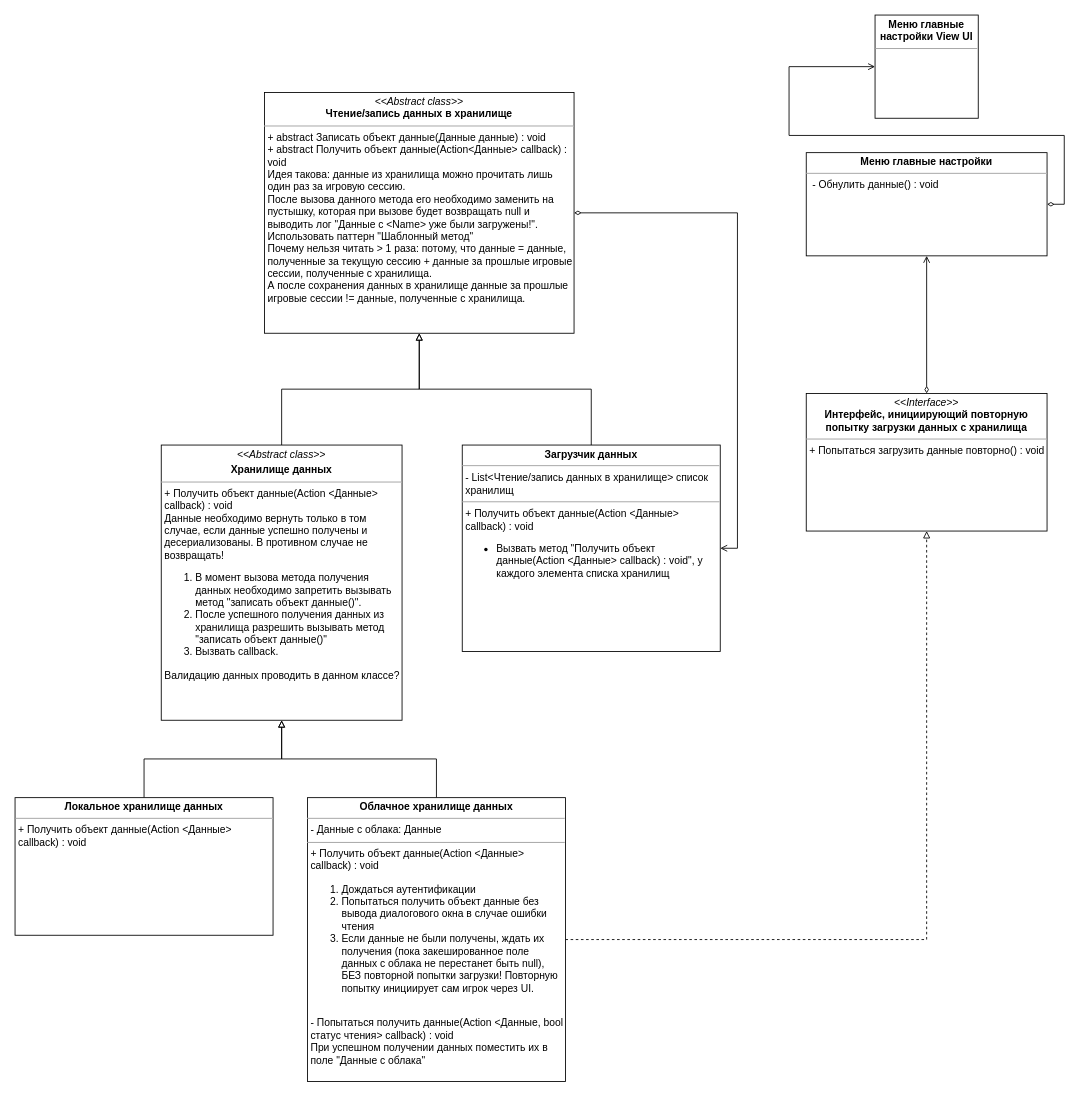
PurposeTo/JumpingDreamer keeps this draw.io diagram as Документация/Проектирование кода/Работа с данными/Загрузчик данных UML.drawio. Above is the earlier version. Source tidied: cells renumbered, new cells numbered last; positions are measured from the earlier drawing's top-left corner, leaving out a move shared by most shapes. Both pictures are drawn from the tidied source at 86%, with x=0, y=0 at pixel (15, 15).
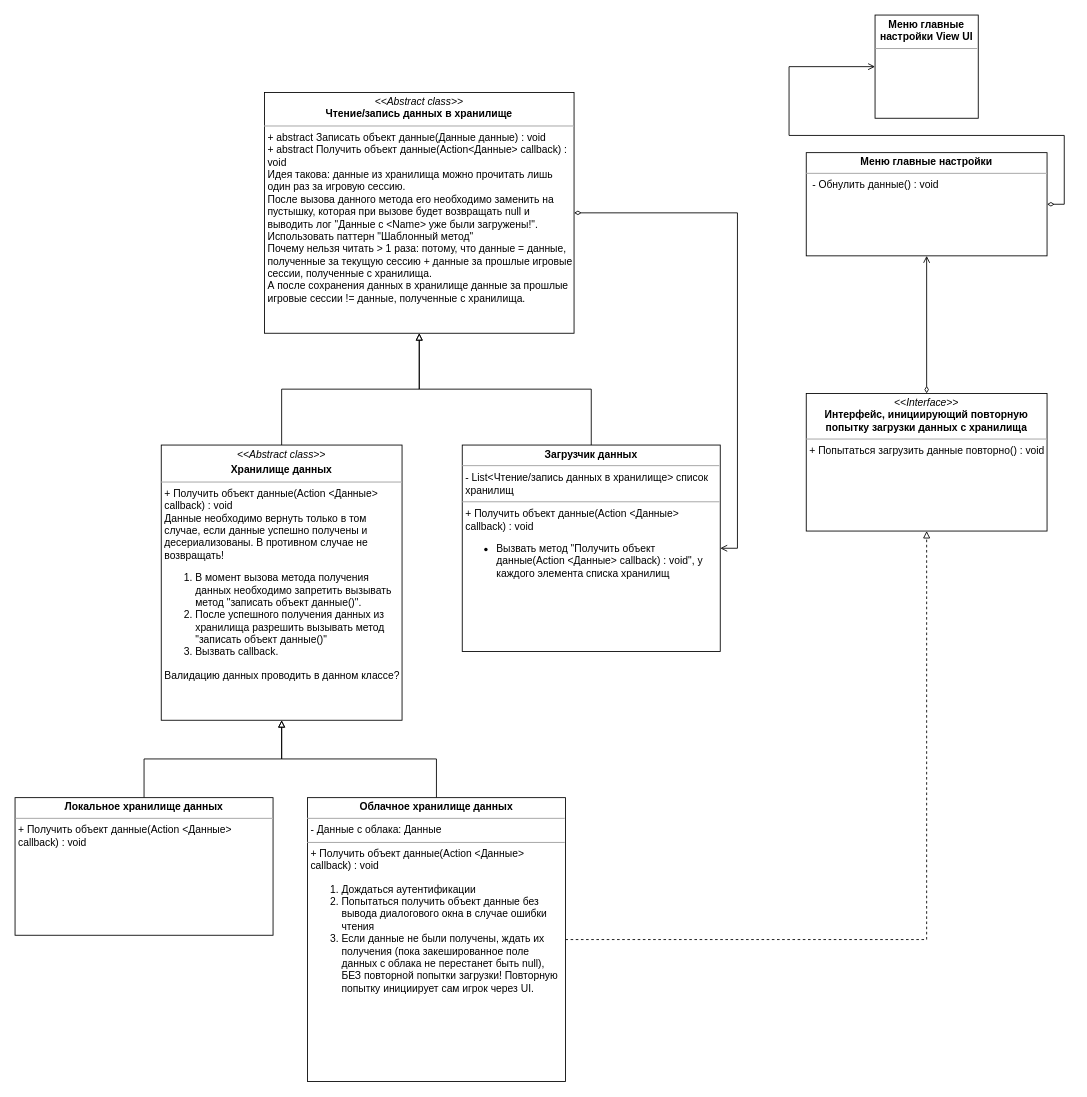
Above is the later version.

What changed in the source:
```diff
@@
 <mxGraphModel>
   <root>
     <mxCell id="0" />
     <mxCell id="1" parent="0" />
     <mxCell id="2" style="edgeStyle=orthogonalEdgeStyle;rounded=0;orthogonalLoop=1;jettySize=auto;html=1;exitX=0.5;exitY=0;exitDx=0;exitDy=0;entryX=0.5;entryY=1;entryDx=0;entryDy=0;startArrow=none;startFill=0;endArrow=block;endFill=0;fontSize=14;dashed=1;" parent="1" edge="1">
       <mxGeometry relative="1" as="geometry">
         <mxPoint x="370" y="1250" as="sourcePoint" />
       </mxGeometry>
     </mxCell>
     <mxCell id="3" style="edgeStyle=orthogonalEdgeStyle;rounded=0;jettySize=auto;html=1;exitX=1;exitY=0.5;exitDx=0;exitDy=0;entryX=1;entryY=0.5;entryDx=0;entryDy=0;endArrow=open;endFill=0;startArrow=diamondThin;startFill=0;" parent="1" edge="1" source="13" target="11">
       <mxGeometry relative="1" as="geometry" />
     </mxCell>
     <mxCell id="4" style="edgeStyle=orthogonalEdgeStyle;rounded=0;jettySize=auto;html=1;exitX=0.5;exitY=0;exitDx=0;exitDy=0;startArrow=none;startFill=0;endArrow=block;endFill=0;fontSize=14;entryX=0.5;entryY=1;entryDx=0;entryDy=0;" parent="1" edge="1" source="5" target="13">
       <mxGeometry relative="1" as="geometry" />
     </mxCell>
     <mxCell id="5" value="&lt;p style=&quot;margin: 0px ; margin-top: 4px ; text-align: center&quot;&gt;&lt;i&gt;&amp;lt;&amp;lt;Abstract class&amp;gt;&amp;gt;&lt;/i&gt;&lt;b&gt;&lt;br&gt;&lt;/b&gt;&lt;/p&gt;&lt;p style=&quot;margin: 0px ; margin-top: 4px ; text-align: center&quot;&gt;&lt;b&gt;Хранилище данных&lt;/b&gt;&lt;/p&gt;&lt;hr size=&quot;1&quot;&gt;&lt;p style=&quot;margin: 0px ; margin-left: 4px&quot;&gt;+ Получить объект данные(Action &amp;lt;Данные&amp;gt; callback) : void&lt;br&gt;&lt;/p&gt;&lt;p style=&quot;margin: 0px ; margin-left: 4px&quot;&gt;Данные необходимо вернуть только в том случае, если данные успешно получены и десериализованы. В противном случае не возвращать!&lt;/p&gt;&lt;ol&gt;&lt;li&gt;В момент вызова метода получения данных необходимо запретить вызывать метод &quot;записать объект данные()&quot;.&lt;/li&gt;&lt;li&gt;После успешного получения данных из хранилища разрешить вызывать метод &quot;записать объект данные()&quot;&lt;/li&gt;&lt;li&gt;Вызвать callback.&lt;/li&gt;&lt;/ol&gt;&lt;div&gt;&lt;p style=&quot;margin: 0px 0px 0px 4px&quot;&gt;Валидацию данных проводить в данном классе?&lt;/p&gt;&lt;/div&gt;&lt;p&gt;&lt;/p&gt;" style="verticalAlign=top;align=left;overflow=fill;fontSize=12;fontFamily=Helvetica;html=1;whiteSpace=wrap;rounded=0;glass=0;shadow=0;sketch=0;spacingLeft=0;spacing=0;" parent="1" vertex="1">
       <mxGeometry x="170" y="500" width="280" height="320" as="geometry" />
     </mxCell>
     <mxCell id="6" style="edgeStyle=orthogonalEdgeStyle;rounded=0;jettySize=auto;html=1;exitX=0.5;exitY=0;exitDx=0;exitDy=0;entryX=0.5;entryY=1;entryDx=0;entryDy=0;endArrow=block;endFill=0;" parent="1" edge="1" source="8" target="5">
       <mxGeometry relative="1" as="geometry" />
     </mxCell>
     <mxCell id="7" style="edgeStyle=orthogonalEdgeStyle;rounded=0;jettySize=auto;html=1;exitX=1;exitY=0.5;exitDx=0;exitDy=0;entryX=0.5;entryY=1;entryDx=0;entryDy=0;dashed=1;endArrow=block;endFill=0;" parent="1" edge="1" source="8" target="14">
       <mxGeometry relative="1" as="geometry" />
     </mxCell>
-    <mxCell id="8" value="&lt;p style=&quot;margin: 4px 0px 0px ; text-align: center&quot;&gt;&lt;b&gt;Облачное хранилище данных&lt;/b&gt;&lt;/p&gt;&lt;hr size=&quot;1&quot;&gt;&lt;p style=&quot;margin: 0px 0px 0px 4px&quot;&gt;- Данные с облака: Данные&lt;/p&gt;&lt;hr size=&quot;1&quot;&gt;&lt;p style=&quot;margin: 0px 0px 0px 4px&quot;&gt;+ Получить объект данные(Action &amp;lt;Данные&amp;gt; callback) : void&lt;/p&gt;&lt;p style=&quot;margin: 0px 0px 0px 4px&quot;&gt;&lt;/p&gt;&lt;ol&gt;&lt;li&gt;Дождаться аутентификации&lt;/li&gt;&lt;li&gt;Попытаться получить объект данные без вывода диалогового окна в случае ошибки чтения&lt;/li&gt;&lt;li&gt;Если данные не были получены, ждать их получения (пока закешированное поле данных с облака не перестанет быть null), БЕЗ повторной попытки загрузки! Повторную попытку инициирует сам игрок через UI.&lt;/li&gt;&lt;/ol&gt;&lt;p&gt;&lt;/p&gt;&lt;p style=&quot;margin: 0px 0px 0px 4px&quot;&gt;&lt;br&gt;&lt;/p&gt;&lt;p style=&quot;margin: 0px 0px 0px 4px&quot;&gt;- Попытаться получить данные(Action &amp;lt;Данные, bool статус чтения&amp;gt; callback) : void&lt;/p&gt;&lt;p style=&quot;margin: 0px 0px 0px 4px&quot;&gt;При успешном получении данных поместить их в поле &quot;Данные с облака&quot;&lt;/p&gt;&lt;p&gt;&lt;/p&gt;" style="verticalAlign=top;align=left;overflow=fill;fontSize=12;fontFamily=Helvetica;html=1;whiteSpace=wrap;" parent="1" vertex="1">
+    <mxCell id="8" value="&lt;p style=&quot;margin: 4px 0px 0px ; text-align: center&quot;&gt;&lt;b&gt;Облачное хранилище данных&lt;/b&gt;&lt;/p&gt;&lt;hr size=&quot;1&quot;&gt;&lt;p style=&quot;margin: 0px 0px 0px 4px&quot;&gt;- Данные с облака: Данные&lt;/p&gt;&lt;hr size=&quot;1&quot;&gt;&lt;p style=&quot;margin: 0px 0px 0px 4px&quot;&gt;+ Получить объект данные(Action &amp;lt;Данные&amp;gt; callback) : void&lt;/p&gt;&lt;p style=&quot;margin: 0px 0px 0px 4px&quot;&gt;&lt;/p&gt;&lt;ol&gt;&lt;li&gt;Дождаться аутентификации&lt;/li&gt;&lt;li&gt;Попытаться получить объект данные без вывода диалогового окна в случае ошибки чтения&lt;/li&gt;&lt;li&gt;Если данные не были получены, ждать их получения (пока закешированное поле данных с облака не перестанет быть null), БЕЗ повторной попытки загрузки! Повторную попытку инициирует сам игрок через UI.&lt;/li&gt;&lt;/ol&gt;&lt;p&gt;&lt;/p&gt;" style="verticalAlign=top;align=left;overflow=fill;fontSize=12;fontFamily=Helvetica;html=1;whiteSpace=wrap;" parent="1" vertex="1">
       <mxGeometry x="340" y="910" width="300" height="330" as="geometry" />
     </mxCell>
     <mxCell id="9" style="edgeStyle=orthogonalEdgeStyle;rounded=0;jettySize=auto;html=1;exitX=0.5;exitY=0;exitDx=0;exitDy=0;entryX=0.5;entryY=1;entryDx=0;entryDy=0;endArrow=block;endFill=0;" parent="1" edge="1" source="10" target="5">
       <mxGeometry relative="1" as="geometry" />
     </mxCell>
     <mxCell id="10" value="&lt;p style=&quot;margin: 0px ; margin-top: 4px ; text-align: center&quot;&gt;&lt;b&gt;Локальное хранилище данных&lt;/b&gt;&lt;/p&gt;&lt;hr size=&quot;1&quot;&gt;&lt;p style=&quot;margin: 0px ; margin-left: 4px&quot;&gt;+ Получить объект данные(Action &amp;lt;Данные&amp;gt; callback) : void&lt;br&gt;&lt;/p&gt;&lt;p style=&quot;margin: 0px ; margin-left: 4px&quot;&gt;&lt;br&gt;&lt;/p&gt;&lt;p&gt;&lt;/p&gt;" style="verticalAlign=top;align=left;overflow=fill;fontSize=12;fontFamily=Helvetica;html=1;whiteSpace=wrap;" parent="1" vertex="1">
       <mxGeometry y="910" width="300" height="160" as="geometry" />
     </mxCell>
     <mxCell id="11" value="&lt;p style=&quot;margin: 0px ; margin-top: 4px ; text-align: center&quot;&gt;&lt;b&gt;Загрузчик данных&lt;/b&gt;&lt;/p&gt;&lt;hr size=&quot;1&quot;&gt;&lt;p style=&quot;margin: 0px ; margin-left: 4px&quot;&gt;- List&amp;lt;Чтение/запись данных в хранилище&amp;gt; список хранилищ&lt;/p&gt;&lt;hr size=&quot;1&quot;&gt;&lt;p style=&quot;margin: 0px 0px 0px 4px&quot;&gt;+ Получить объект данные(Action &amp;lt;Данные&amp;gt; callback) : void&lt;/p&gt;&lt;ul&gt;&lt;li&gt;&lt;span&gt;Вызвать метод &quot;Получить объект данные(Action &amp;lt;Данные&amp;gt; callback) : void&quot;, у каждого элемента списка хранилищ&lt;/span&gt;&lt;/li&gt;&lt;/ul&gt;&lt;p&gt;&lt;/p&gt;" style="verticalAlign=top;align=left;overflow=fill;fontSize=12;fontFamily=Helvetica;html=1;whiteSpace=wrap;" parent="1" vertex="1">
       <mxGeometry x="520" y="500" width="300" height="240" as="geometry" />
     </mxCell>
     <mxCell id="12" style="edgeStyle=orthogonalEdgeStyle;rounded=0;jettySize=auto;html=1;exitX=0.5;exitY=0;exitDx=0;exitDy=0;entryX=0.5;entryY=1;entryDx=0;entryDy=0;startArrow=none;startFill=0;endArrow=block;endFill=0;fontSize=14;" parent="1" edge="1" source="11" target="13">
       <mxGeometry relative="1" as="geometry" />
     </mxCell>
     <mxCell id="13" value="&lt;p style=&quot;margin: 0px ; margin-top: 4px ; text-align: center&quot;&gt;&lt;i&gt;&amp;lt;&amp;lt;&lt;/i&gt;&lt;i&gt;Abstract class&lt;/i&gt;&lt;i&gt;&amp;gt;&amp;gt;&lt;/i&gt;&lt;br&gt;&lt;b&gt;Чтение/запись данных в хранилище&lt;/b&gt;&lt;/p&gt;&lt;hr size=&quot;1&quot;&gt;&lt;p style=&quot;margin: 0px ; margin-left: 4px&quot;&gt;+ abstract&amp;nbsp;&lt;span&gt;Записать объект данные(Данные данные) : void&lt;/span&gt;&lt;br&gt;+ abstract Получить объект данные(Action&amp;lt;Данные&amp;gt; callback) : void&lt;/p&gt;&lt;p style=&quot;margin: 0px ; margin-left: 4px&quot;&gt;Идея такова: данные из хранилища можно прочитать лишь один раз за игровую сессию.&lt;/p&gt;&lt;p style=&quot;margin: 0px ; margin-left: 4px&quot;&gt;После вызова данного метода его необходимо заменить на пустышку, которая при вызове будет возвращать null и выводить лог &quot;Данные с &amp;lt;Name&amp;gt; уже были загружены!&quot;. Использовать паттерн &quot;Шаблонный метод&quot;&lt;/p&gt;&lt;p style=&quot;margin: 0px ; margin-left: 4px&quot;&gt;Почему нельзя читать &amp;gt; 1 раза: потому, что данные = данные, полученные за текущую сессию + данные за прошлые игровые сессии, полученные с хранилища.&lt;/p&gt;&lt;p style=&quot;margin: 0px ; margin-left: 4px&quot;&gt;А после сохранения данных в хранилище данные за прошлые игровые сессии != данные, полученные с хранилища.&lt;/p&gt;" style="verticalAlign=top;align=left;overflow=fill;fontSize=12;fontFamily=Helvetica;html=1;whiteSpace=wrap;" parent="1" vertex="1">
       <mxGeometry x="290" y="90" width="360" height="280" as="geometry" />
     </mxCell>
     <mxCell id="14" value="&lt;p style=&quot;margin: 0px ; margin-top: 4px ; text-align: center&quot;&gt;&lt;i&gt;&amp;lt;&amp;lt;Interface&amp;gt;&amp;gt;&lt;/i&gt;&lt;br&gt;&lt;b&gt;Интерфейс, инициирующий повторную попытку загрузки данных с хранилища&lt;/b&gt;&lt;/p&gt;&lt;hr size=&quot;1&quot;&gt;&lt;p style=&quot;margin: 0px ; margin-left: 4px&quot;&gt;+ Попытаться загрузить данные повторно() : void&lt;/p&gt;" style="verticalAlign=top;align=left;overflow=fill;fontSize=12;fontFamily=Helvetica;html=1;whiteSpace=wrap;" parent="1" vertex="1">
       <mxGeometry x="920" y="440" width="280" height="160" as="geometry" />
     </mxCell>
     <mxCell id="15" value="&lt;p style=&quot;margin: 0px ; margin-top: 4px ; text-align: center&quot;&gt;&lt;b&gt;Меню главные настройки View UI&lt;/b&gt;&lt;/p&gt;&lt;hr size=&quot;1&quot;&gt;&lt;div style=&quot;height: 2px&quot;&gt;&lt;br&gt;&lt;/div&gt;" style="verticalAlign=top;align=left;overflow=fill;fontSize=12;fontFamily=Helvetica;html=1;whiteSpace=wrap;" parent="1" vertex="1">
       <mxGeometry x="1000" width="120" height="120" as="geometry" />
     </mxCell>
     <mxCell id="16" style="edgeStyle=orthogonalEdgeStyle;rounded=0;jettySize=auto;html=1;exitX=1;exitY=0.5;exitDx=0;exitDy=0;entryX=0;entryY=0.5;entryDx=0;entryDy=0;startArrow=diamondThin;startFill=0;endArrow=open;endFill=0;" parent="1" edge="1" source="17" target="15">
       <mxGeometry relative="1" as="geometry" />
     </mxCell>
     <mxCell id="17" value="&lt;p style=&quot;margin: 0px ; margin-top: 4px ; text-align: center&quot;&gt;&lt;b&gt;Меню главные настройки&lt;/b&gt;&lt;/p&gt;&lt;hr size=&quot;1&quot;&gt;&lt;p style=&quot;margin: 0px ; margin-left: 4px&quot;&gt;&lt;span&gt;&amp;nbsp;- Обнулить данные() : void&lt;/span&gt;&lt;br&gt;&lt;/p&gt;" style="verticalAlign=top;align=left;overflow=fill;fontSize=12;fontFamily=Helvetica;html=1;whiteSpace=wrap;" parent="1" vertex="1">
       <mxGeometry x="920" y="160" width="280" height="120" as="geometry" />
     </mxCell>
     <mxCell id="18" style="edgeStyle=orthogonalEdgeStyle;rounded=0;jettySize=auto;html=1;exitX=0.5;exitY=0;exitDx=0;exitDy=0;entryX=0.5;entryY=1;entryDx=0;entryDy=0;startArrow=diamondThin;startFill=0;endArrow=open;endFill=0;" parent="1" edge="1" source="14" target="17">
       <mxGeometry relative="1" as="geometry" />
     </mxCell>
   </root>
 </mxGraphModel>
```
